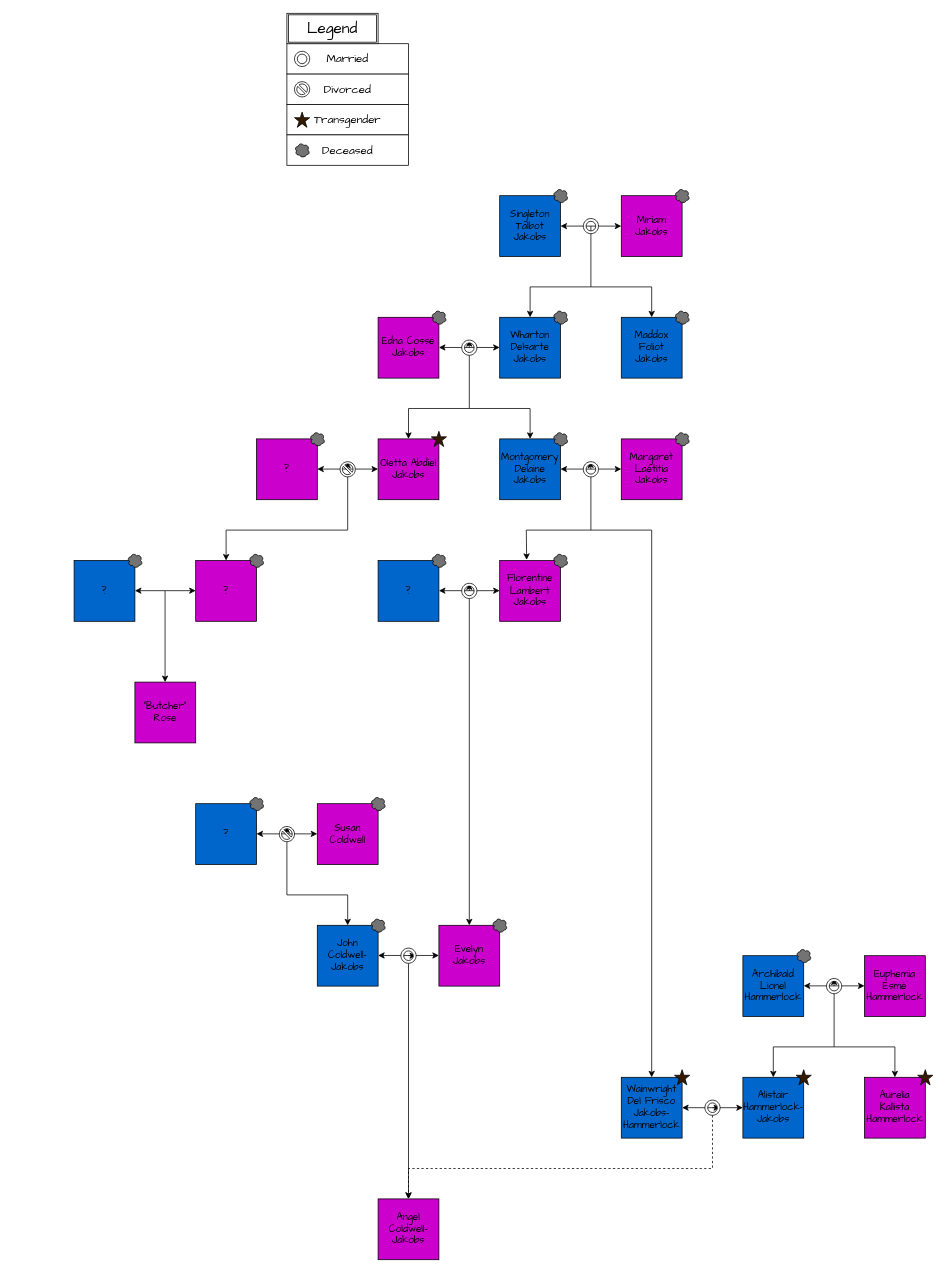
hallowlock/jfv-family-tree keeps this draw.io diagram as something/jfv family tree.drawio. Above is the earlier version. Source tidied: cells renumbered, new cells numbered last; positions are measured from the earlier drawing's top-left corner, leaving out a move shared by most shapes. Both pictures are drawn from the tidied source at 76%, with x=0, y=0 at pixel (74, 13).
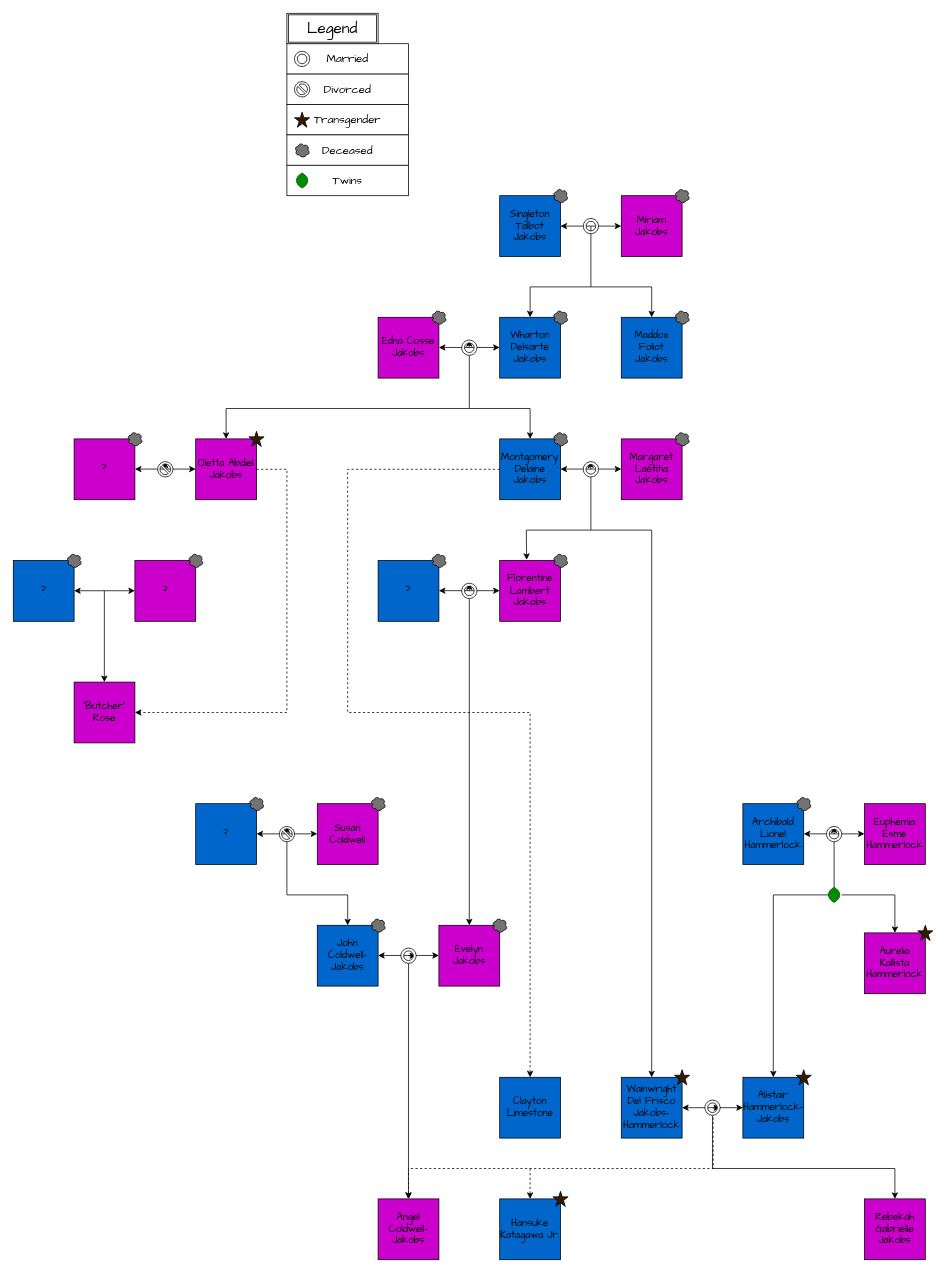
After the change.

Unchanged cells that the change refers to:
```xml
<mxCell id="13" value="Montgomery Delaine Jakobs" style="rounded=0;whiteSpace=wrap;html=1;hachureGap=4;fontFamily=Architects Daughter;fontSize=13;labelBackgroundColor=none;labelBorderColor=none;fillColor=#0066CC;" parent="1" vertex="1">
  <mxGeometry x="560" y="560" width="80" height="80" as="geometry" />
</mxCell>
<mxCell id="53" value="Angel Coldwell-Jakobs" style="rounded=0;whiteSpace=wrap;html=1;hachureGap=4;fontFamily=Architects Daughter;fontSize=13;labelBackgroundColor=none;labelBorderColor=none;fillColor=#CC00CC;" parent="1" vertex="1">
  <mxGeometry x="400" y="1560" width="80" height="80" as="geometry" />
</mxCell>
<mxCell id="56" style="verticalLabelPosition=bottom;verticalAlign=top;html=1;shape=mxgraph.basic.donut;dx=3.67;hachureGap=4;fontFamily=Architects Daughter;fontSize=20;" parent="1" vertex="1">
  <mxGeometry x="430" y="1230" width="20" height="20" as="geometry" />
</mxCell>
<mxCell id="82" value="Alistair Hammerlock-Jakobs" style="rounded=0;whiteSpace=wrap;html=1;hachureGap=4;fontFamily=Architects Daughter;fontSize=13;labelBackgroundColor=none;labelBorderColor=none;fillColor=#0066CC;" parent="1" vertex="1">
  <mxGeometry x="880" y="1400" width="80" height="80" as="geometry" />
</mxCell>
<mxCell id="88" style="verticalLabelPosition=bottom;verticalAlign=top;html=1;shape=mxgraph.basic.donut;dx=3.67;hachureGap=4;fontFamily=Architects Daughter;fontSize=20;" parent="1" vertex="1">
  <mxGeometry x="830" y="1430" width="20" height="20" as="geometry" />
</mxCell>
```

Diff of the diagram source:
```diff
@@
     <mxCell id="14" value="Oletta Abdiel Jakobs" style="rounded=0;whiteSpace=wrap;html=1;hachureGap=4;fontFamily=Architects Daughter;fontSize=13;labelBackgroundColor=none;labelBorderColor=none;fillColor=#CC00CC;" parent="1" vertex="1">
-      <mxGeometry x="400" y="560" width="80" height="80" as="geometry" />
+      <mxGeometry x="160" y="560" width="80" height="80" as="geometry" />
     </mxCell>
     <mxCell id="15" style="endArrow=classic;html=1;rounded=0;hachureGap=4;fontFamily=Architects Daughter;fontSize=16;entryX=0.5;entryY=0;entryDx=0;entryDy=0;" parent="1" edge="1" target="14">
       <mxGeometry relative="1" as="geometry">
         <mxPoint x="520" y="520" as="sourcePoint" />
         <Array as="points">
-          <mxPoint x="440" y="520" />
+          <mxPoint x="200" y="520" />
         </Array>
       </mxGeometry>
     </mxCell>
@@
     <mxCell id="18" value="?" style="rounded=0;whiteSpace=wrap;html=1;hachureGap=4;fontFamily=Architects Daughter;fontSize=13;labelBackgroundColor=none;labelBorderColor=none;fillColor=#CC00CC;" parent="1" vertex="1">
-      <mxGeometry x="240" y="560" width="80" height="80" as="geometry" />
+      <mxGeometry y="560" width="80" height="80" as="geometry" />
     </mxCell>
     <mxCell id="19" style="edgeStyle=orthogonalEdgeStyle;rounded=0;hachureGap=4;orthogonalLoop=1;jettySize=auto;html=1;exitX=1;exitY=0.5;exitDx=0;exitDy=0;entryX=0;entryY=0.5;entryDx=0;entryDy=0;fontFamily=Architects Daughter;fontSize=16;startArrow=classic;" parent="1" edge="1">
       <mxGeometry relative="1" as="geometry">
-        <mxPoint x="320" y="599.7" as="sourcePoint" />
-        <mxPoint x="400" y="599.7" as="targetPoint" />
+        <mxPoint x="80" y="599.7" as="sourcePoint" />
+        <mxPoint x="160" y="599.7" as="targetPoint" />
       </mxGeometry>
     </mxCell>
     <mxCell id="20" value="?" style="rounded=0;whiteSpace=wrap;html=1;hachureGap=4;fontFamily=Architects Daughter;fontSize=13;labelBackgroundColor=none;labelBorderColor=none;fillColor=#CC00CC;" parent="1" vertex="1">
-      <mxGeometry x="160" y="720" width="80" height="80" as="geometry" />
+      <mxGeometry x="80" y="720" width="80" height="80" as="geometry" />
     </mxCell>
-    <mxCell id="21" style="endArrow=classic;html=1;rounded=0;hachureGap=4;fontFamily=Architects Daughter;fontSize=16;entryX=0.5;entryY=0;entryDx=0;entryDy=0;" parent="1" edge="1" source="35" target="20">
-      <mxGeometry relative="1" as="geometry">
-        <Array as="points">
-          <mxPoint x="360" y="680" />
-          <mxPoint x="200" y="680" />
-        </Array>
-      </mxGeometry>
-    </mxCell>
     <mxCell id="22" value="?" style="rounded=0;whiteSpace=wrap;html=1;hachureGap=4;fontFamily=Architects Daughter;fontSize=13;labelBackgroundColor=none;labelBorderColor=none;fillColor=#0066CC;" parent="1" vertex="1">
-      <mxGeometry y="720" width="80" height="80" as="geometry" />
+      <mxGeometry x="-80" y="720" width="80" height="80" as="geometry" />
     </mxCell>
     <mxCell id="23" style="edgeStyle=orthogonalEdgeStyle;rounded=0;hachureGap=4;orthogonalLoop=1;jettySize=auto;html=1;exitX=1;exitY=0.5;exitDx=0;exitDy=0;entryX=0;entryY=0.5;entryDx=0;entryDy=0;fontFamily=Architects Daughter;fontSize=16;startArrow=classic;" parent="1" edge="1">
       <mxGeometry relative="1" as="geometry">
-        <mxPoint x="80" y="759.7" as="sourcePoint" />
-        <mxPoint x="160" y="759.7" as="targetPoint" />
+        <mxPoint y="759.8" as="sourcePoint" />
+        <mxPoint x="80" y="759.8" as="targetPoint" />
       </mxGeometry>
     </mxCell>
     <mxCell id="24" style="endArrow=classic;html=1;rounded=0;hachureGap=4;fontFamily=Architects Daughter;fontSize=16;entryX=0.5;entryY=0;entryDx=0;entryDy=0;" parent="1" edge="1">
       <mxGeometry relative="1" as="geometry">
-        <mxPoint x="119.7" y="760" as="sourcePoint" />
-        <mxPoint x="119.7" y="880" as="targetPoint" />
+        <mxPoint x="39.8" y="760" as="sourcePoint" />
+        <mxPoint x="39.8" y="880" as="targetPoint" />
       </mxGeometry>
     </mxCell>
     <mxCell id="25" value="&quot;Butcher&quot; Rose" style="rounded=0;whiteSpace=wrap;html=1;hachureGap=4;fontFamily=Architects Daughter;fontSize=13;labelBackgroundColor=none;labelBorderColor=none;fillColor=#CC00CC;" parent="1" vertex="1">
-      <mxGeometry x="80" y="880" width="80" height="80" as="geometry" />
+      <mxGeometry y="880" width="80" height="80" as="geometry" />
     </mxCell>
@@
     <mxCell id="33" style="verticalLabelPosition=bottom;verticalAlign=top;html=1;shape=mxgraph.basic.star;hachureGap=4;fontFamily=Architects Daughter;fontSize=20;fillStyle=solid;fillColor=#331A00;" parent="1" vertex="1">
-      <mxGeometry x="470" y="550" width="20" height="20" as="geometry" />
+      <mxGeometry x="230" y="550" width="20" height="20" as="geometry" />
     </mxCell>
     <mxCell id="34" style="endArrow=classic;html=1;rounded=0;hachureGap=4;fontFamily=Architects Daughter;fontSize=16;entryX=0.5;entryY=0;entryDx=0;entryDy=0;" parent="1" edge="1" target="35">
       <mxGeometry relative="1" as="geometry">
-        <mxPoint x="360" y="600" as="sourcePoint" />
+        <mxPoint x="120" y="600" as="sourcePoint" />
       </mxGeometry>
     </mxCell>
     <mxCell id="35" style="verticalLabelPosition=bottom;verticalAlign=top;html=1;shape=mxgraph.basic.no_symbol;hachureGap=4;fontFamily=Architects Daughter;fontSize=20;" parent="1" vertex="1">
-      <mxGeometry x="350" y="590" width="20" height="20" as="geometry" />
+      <mxGeometry x="110" y="590" width="20" height="20" as="geometry" />
     </mxCell>
@@
-    <mxCell id="54" style="endArrow=classic;html=1;rounded=0;hachureGap=4;fontFamily=Architects Daughter;fontSize=16;" parent="1" edge="1" source="56" target="53">
-      <mxGeometry relative="1" as="geometry" />
+    <mxCell id="54" style="endArrow=classic;html=1;rounded=0;hachureGap=4;fontFamily=Architects Daughter;fontSize=16;entryX=0.5;entryY=0;entryDx=0;entryDy=0;" parent="1" edge="1" source="56" target="53">
+      <mxGeometry relative="1" as="geometry">
+        <Array as="points">
+          <mxPoint x="440" y="1520" />
+        </Array>
+      </mxGeometry>
     </mxCell>
@@
     <mxCell id="60" style="ellipse;shape=cloud;whiteSpace=wrap;html=1;hachureGap=4;fontFamily=Architects Daughter;fontSize=20;fillColor=#737373;" parent="1" vertex="1">
-      <mxGeometry x="310" y="550" width="20" height="20" as="geometry" />
+      <mxGeometry x="70" y="550" width="20" height="20" as="geometry" />
     </mxCell>
     <mxCell id="61" style="ellipse;shape=cloud;whiteSpace=wrap;html=1;hachureGap=4;fontFamily=Architects Daughter;fontSize=20;fillColor=#737373;" parent="1" vertex="1">
-      <mxGeometry x="70" y="710" width="20" height="20" as="geometry" />
+      <mxGeometry x="-10" y="710" width="20" height="20" as="geometry" />
     </mxCell>
     <mxCell id="62" style="ellipse;shape=cloud;whiteSpace=wrap;html=1;hachureGap=4;fontFamily=Architects Daughter;fontSize=20;fillColor=#737373;" parent="1" vertex="1">
-      <mxGeometry x="230" y="710" width="20" height="20" as="geometry" />
+      <mxGeometry x="150" y="710" width="20" height="20" as="geometry" />
     </mxCell>
@@
     <mxCell id="84" value="Aurelia Kallista Hammerlock" style="rounded=0;whiteSpace=wrap;html=1;hachureGap=4;fontFamily=Architects Daughter;fontSize=13;labelBackgroundColor=none;labelBorderColor=none;fillColor=#CC00CC;" parent="1" vertex="1">
-      <mxGeometry x="1040" y="1400" width="80" height="80" as="geometry" />
+      <mxGeometry x="1040" y="1210" width="80" height="80" as="geometry" />
     </mxCell>
     <mxCell id="85" style="verticalLabelPosition=bottom;verticalAlign=top;html=1;shape=mxgraph.basic.star;hachureGap=4;fontFamily=Architects Daughter;fontSize=20;fillStyle=solid;fillColor=#331A00;" parent="1" vertex="1">
-      <mxGeometry x="1110" y="1390" width="20" height="20" as="geometry" />
+      <mxGeometry x="1110" y="1200" width="20" height="20" as="geometry" />
     </mxCell>
-    <mxCell id="86" style="endArrow=classic;html=1;rounded=0;hachureGap=4;fontFamily=Architects Daughter;fontSize=16;dashed=1;" parent="1" edge="1" source="88">
+    <mxCell id="86" style="endArrow=classic;html=1;rounded=0;hachureGap=4;fontFamily=Architects Daughter;fontSize=16;dashed=1;exitX=0.542;exitY=1.142;exitDx=0;exitDy=0;exitPerimeter=0;entryX=0.5;entryY=0;entryDx=0;entryDy=0;" parent="1" edge="1" source="88" target="53">
       <mxGeometry relative="1" as="geometry">
-        <mxPoint x="440" y="1560" as="targetPoint" />
         <Array as="points">
-          <mxPoint x="840" y="1520" />
+          <mxPoint x="841" y="1520" />
           <mxPoint x="440" y="1520" />
         </Array>
       </mxGeometry>
     </mxCell>
@@
     <mxCell id="89" value="Archibald Lionel Hammerlock" style="rounded=0;whiteSpace=wrap;html=1;hachureGap=4;fontFamily=Architects Daughter;fontSize=13;labelBackgroundColor=none;labelBorderColor=none;fillColor=#0066CC;" parent="1" vertex="1">
-      <mxGeometry x="880" y="1240" width="80" height="80" as="geometry" />
+      <mxGeometry x="880" y="1040" width="80" height="80" as="geometry" />
     </mxCell>
     <mxCell id="90" value="Euphemia Esmé Hammerlock" style="rounded=0;whiteSpace=wrap;html=1;hachureGap=4;fontFamily=Architects Daughter;fontSize=13;labelBackgroundColor=none;labelBorderColor=none;fillColor=#CC00CC;" parent="1" vertex="1">
-      <mxGeometry x="1040" y="1240" width="80" height="80" as="geometry" />
+      <mxGeometry x="1040" y="1040" width="80" height="80" as="geometry" />
     </mxCell>
     <mxCell id="91" style="edgeStyle=orthogonalEdgeStyle;rounded=0;hachureGap=4;orthogonalLoop=1;jettySize=auto;html=1;exitX=1;exitY=0.5;exitDx=0;exitDy=0;entryX=0;entryY=0.5;entryDx=0;entryDy=0;fontFamily=Architects Daughter;fontSize=16;startArrow=classic;" parent="1" edge="1">
       <mxGeometry relative="1" as="geometry">
-        <mxPoint x="960" y="1279.7" as="sourcePoint" />
-        <mxPoint x="1040" y="1279.7" as="targetPoint" />
+        <mxPoint x="960" y="1079.7" as="sourcePoint" />
+        <mxPoint x="1040" y="1079.7" as="targetPoint" />
       </mxGeometry>
     </mxCell>
     <mxCell id="92" style="ellipse;shape=cloud;whiteSpace=wrap;html=1;hachureGap=4;fontFamily=Architects Daughter;fontSize=20;fillColor=#737373;" parent="1" vertex="1">
-      <mxGeometry x="950" y="1230" width="20" height="20" as="geometry" />
+      <mxGeometry x="950" y="1030" width="20" height="20" as="geometry" />
     </mxCell>
     <mxCell id="93" style="endArrow=classic;html=1;rounded=0;hachureGap=4;fontFamily=Architects Daughter;fontSize=16;entryX=0.5;entryY=0;entryDx=0;entryDy=0;" parent="1" edge="1" source="95" target="82">
       <mxGeometry relative="1" as="geometry">
         <Array as="points">
-          <mxPoint x="1000" y="1360" />
-          <mxPoint x="920" y="1360" />
+          <mxPoint x="1000" y="1160" />
+          <mxPoint x="920" y="1160" />
         </Array>
       </mxGeometry>
     </mxCell>
     <mxCell id="94" style="endArrow=classic;html=1;rounded=0;hachureGap=4;fontFamily=Architects Daughter;fontSize=16;entryX=0.5;entryY=0;entryDx=0;entryDy=0;" parent="1" edge="1" target="95">
       <mxGeometry relative="1" as="geometry">
-        <mxPoint x="1000" y="1280" as="sourcePoint" />
+        <mxPoint x="1000" y="1080" as="sourcePoint" />
       </mxGeometry>
     </mxCell>
     <mxCell id="95" style="verticalLabelPosition=bottom;verticalAlign=top;html=1;shape=mxgraph.basic.donut;dx=3.67;hachureGap=4;fontFamily=Architects Daughter;fontSize=20;" parent="1" vertex="1">
-      <mxGeometry x="990" y="1270" width="20" height="20" as="geometry" />
+      <mxGeometry x="990" y="1070" width="20" height="20" as="geometry" />
     </mxCell>
-    <mxCell id="96" style="endArrow=classic;html=1;rounded=0;hachureGap=4;fontFamily=Architects Daughter;fontSize=16;entryX=0.5;entryY=0;entryDx=0;entryDy=0;" parent="1" edge="1" target="84">
-      <mxGeometry relative="1" as="geometry">
-        <mxPoint x="1000" y="1360" as="sourcePoint" />
-        <Array as="points">
-          <mxPoint x="1080" y="1360" />
-        </Array>
-      </mxGeometry>
-    </mxCell>
+    <mxCell id="97" style="endArrow=classic;html=1;rounded=0;entryX=0.5;entryY=0;entryDx=0;entryDy=0;" parent="1" edge="1" source="101" target="84">
+      <mxGeometry relative="1" as="geometry">
+        <Array as="points">
+          <mxPoint x="1080" y="1160" />
+        </Array>
+      </mxGeometry>
+    </mxCell>
+    <mxCell id="98" value="Twins" style="html=1;whiteSpace=wrap;hachureGap=4;fontFamily=Architects Daughter;fontSize=15;" parent="1" vertex="1">
+      <mxGeometry x="280" y="200" width="160" height="40" as="geometry" />
+    </mxCell>
+    <mxCell id="99" style="whiteSpace=wrap;html=1;shape=mxgraph.basic.pointed_oval;fillColor=#008a00;fontColor=#ffffff;strokeColor=#005700;" parent="98" vertex="1">
+      <mxGeometry x="10" y="10" width="20" height="20" as="geometry" />
+    </mxCell>
+    <mxCell id="100" style="endArrow=classic;html=1;rounded=0;entryX=0.5;entryY=0;entryDx=0;entryDy=0;" parent="1" edge="1" target="101">
+      <mxGeometry relative="1" as="geometry">
+        <mxPoint x="1000" y="1160" as="sourcePoint" />
+      </mxGeometry>
+    </mxCell>
+    <mxCell id="101" style="whiteSpace=wrap;html=1;shape=mxgraph.basic.pointed_oval;fillColor=#008a00;fontColor=#ffffff;strokeColor=#005700;" parent="1" vertex="1">
+      <mxGeometry x="990" y="1150" width="20" height="20" as="geometry" />
+    </mxCell>
+    <mxCell id="102" value="Rebekah Gabrielle Jakobs" style="rounded=0;whiteSpace=wrap;html=1;hachureGap=4;fontFamily=Architects Daughter;fontSize=13;labelBackgroundColor=none;labelBorderColor=none;fillColor=#CC00CC;" parent="1" vertex="1">
+      <mxGeometry x="1040" y="1560" width="80" height="80" as="geometry" />
+    </mxCell>
+    <mxCell id="103" style="endArrow=classic;html=1;rounded=0;exitX=0.5;exitY=1.017;exitDx=0;exitDy=0;exitPerimeter=0;entryX=0.5;entryY=0;entryDx=0;entryDy=0;" parent="1" edge="1" source="88" target="102">
+      <mxGeometry relative="1" as="geometry">
+        <Array as="points">
+          <mxPoint x="840" y="1520" />
+          <mxPoint x="1080" y="1520" />
+        </Array>
+      </mxGeometry>
+    </mxCell>
+    <mxCell id="104" style="endArrow=classic;html=1;rounded=0;hachureGap=4;fontFamily=Architects Daughter;fontSize=16;dashed=1;exitX=1;exitY=0.5;exitDx=0;exitDy=0;entryX=1;entryY=0.5;entryDx=0;entryDy=0;" parent="1" edge="1" source="14" target="25">
+      <mxGeometry relative="1" as="geometry">
+        <Array as="points">
+          <mxPoint x="280" y="600" />
+          <mxPoint x="280" y="920" />
+        </Array>
+      </mxGeometry>
+    </mxCell>
+    <mxCell id="105" value="Hansuke Katagawa Jr." style="rounded=0;whiteSpace=wrap;html=1;hachureGap=4;fontFamily=Architects Daughter;fontSize=13;labelBackgroundColor=none;labelBorderColor=none;fillColor=#0066CC;" parent="1" vertex="1">
+      <mxGeometry x="560" y="1560" width="80" height="80" as="geometry" />
+    </mxCell>
+    <mxCell id="106" style="endArrow=classic;html=1;rounded=0;dashed=1;entryX=0.5;entryY=0;entryDx=0;entryDy=0;" parent="1" edge="1" target="105">
+      <mxGeometry relative="1" as="geometry">
+        <mxPoint x="600" y="1520" as="sourcePoint" />
+      </mxGeometry>
+    </mxCell>
+    <mxCell id="107" style="verticalLabelPosition=bottom;verticalAlign=top;html=1;shape=mxgraph.basic.star;hachureGap=4;fontFamily=Architects Daughter;fontSize=20;fillStyle=solid;fillColor=#331A00;" parent="1" vertex="1">
+      <mxGeometry x="630" y="1550" width="20" height="20" as="geometry" />
+    </mxCell>
+    <mxCell id="108" value="Clayton Limestone" style="rounded=0;whiteSpace=wrap;html=1;hachureGap=4;fontFamily=Architects Daughter;fontSize=13;labelBackgroundColor=none;labelBorderColor=none;fillColor=#0066CC;" parent="1" vertex="1">
+      <mxGeometry x="560" y="1400" width="80" height="80" as="geometry" />
+    </mxCell>
+    <mxCell id="109" style="endArrow=classic;html=1;rounded=0;dashed=1;exitX=0;exitY=0.5;exitDx=0;exitDy=0;entryX=0.5;entryY=0;entryDx=0;entryDy=0;" parent="1" edge="1" source="13" target="108">
+      <mxGeometry relative="1" as="geometry">
+        <Array as="points">
+          <mxPoint x="360" y="600" />
+          <mxPoint x="360" y="920" />
+          <mxPoint x="600" y="920" />
+        </Array>
+      </mxGeometry>
+    </mxCell>
```
